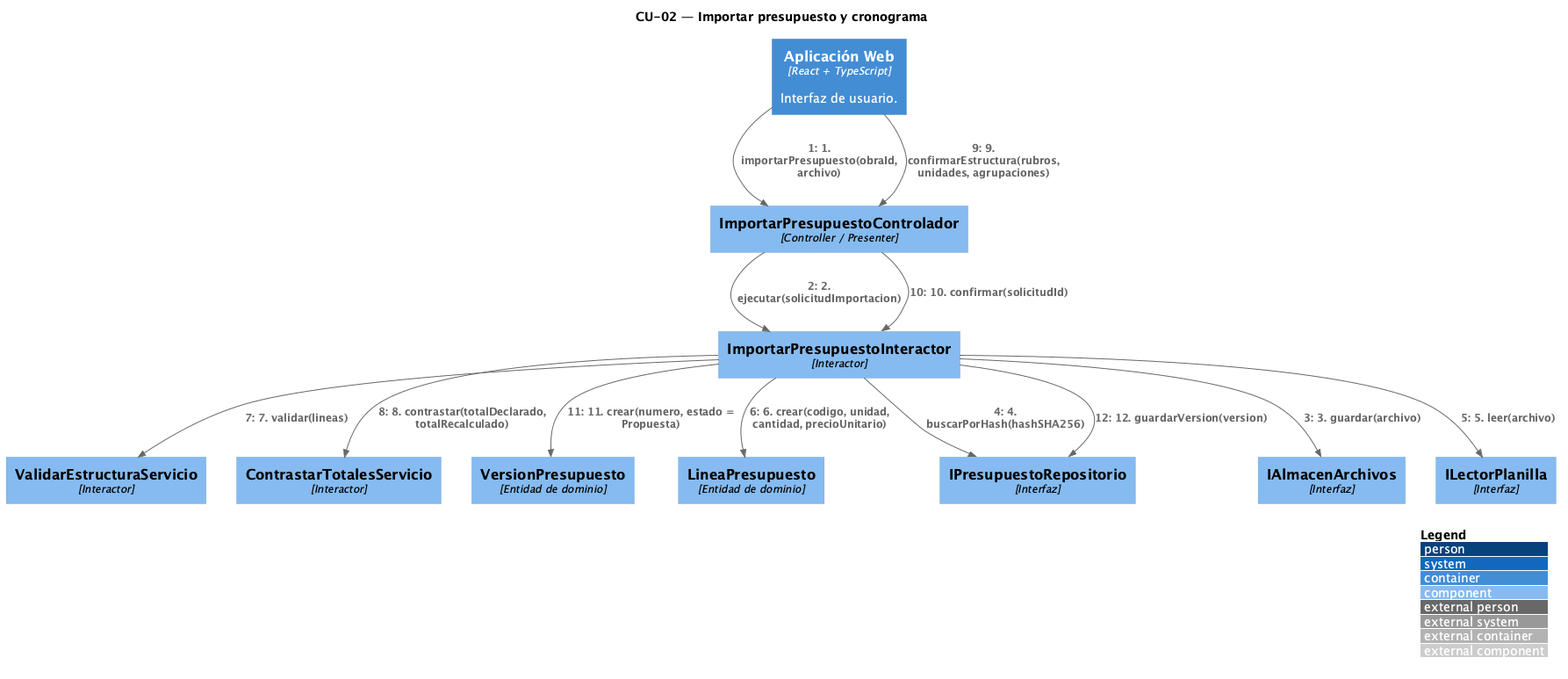
The PlantUML diagram modelo/out/c4/C4-CU02.png in Ssrrb/TPF-teoria, before a commit. Its diagram source:
```plantuml
@startuml
!include <C4/C4_Dynamic>
LAYOUT_WITH_LEGEND()
title CU-02 — Importar presupuesto y cronograma

Container(web, "Aplicación Web", "React + TypeScript", "Interfaz de usuario.")
Component(ImportarPresupuestoControlador, "ImportarPresupuestoControlador", "Controller / Presenter")
Component(ImportarPresupuestoInteractor, "ImportarPresupuestoInteractor", "Interactor")
Component(ValidarEstructuraServicio, "ValidarEstructuraServicio", "Interactor")
Component(ContrastarTotalesServicio, "ContrastarTotalesServicio", "Interactor")
Component(VersionPresupuesto, "VersionPresupuesto", "Entidad de dominio")
Component(LineaPresupuesto, "LineaPresupuesto", "Entidad de dominio")
Component(IPresupuestoRepositorio, "IPresupuestoRepositorio", "Interfaz")
Component(IAlmacenArchivos, "IAlmacenArchivos", "Interfaz")
Component(ILectorPlanilla, "ILectorPlanilla", "Interfaz")

Rel(web, ImportarPresupuestoControlador, "1. importarPresupuesto(obraId, archivo)")
Rel(ImportarPresupuestoControlador, ImportarPresupuestoInteractor, "2. ejecutar(solicitudImportacion)")
Rel(ImportarPresupuestoInteractor, IAlmacenArchivos, "3. guardar(archivo)")
Rel(ImportarPresupuestoInteractor, IPresupuestoRepositorio, "4. buscarPorHash(hashSHA256)")
Rel(ImportarPresupuestoInteractor, ILectorPlanilla, "5. leer(archivo)")
Rel(ImportarPresupuestoInteractor, LineaPresupuesto, "6. crear(codigo, unidad, cantidad, precioUnitario)")
Rel(ImportarPresupuestoInteractor, ValidarEstructuraServicio, "7. validar(lineas)")
Rel(ImportarPresupuestoInteractor, ContrastarTotalesServicio, "8. contrastar(totalDeclarado, totalRecalculado)")
Rel(web, ImportarPresupuestoControlador, "9. confirmarEstructura(rubros, unidades, agrupaciones)")
Rel(ImportarPresupuestoControlador, ImportarPresupuestoInteractor, "10. confirmar(solicitudId)")
Rel(ImportarPresupuestoInteractor, VersionPresupuesto, "11. crear(numero, estado = Propuesta)")
Rel(ImportarPresupuestoInteractor, IPresupuestoRepositorio, "12. guardarVersion(version)")
@enduml
```
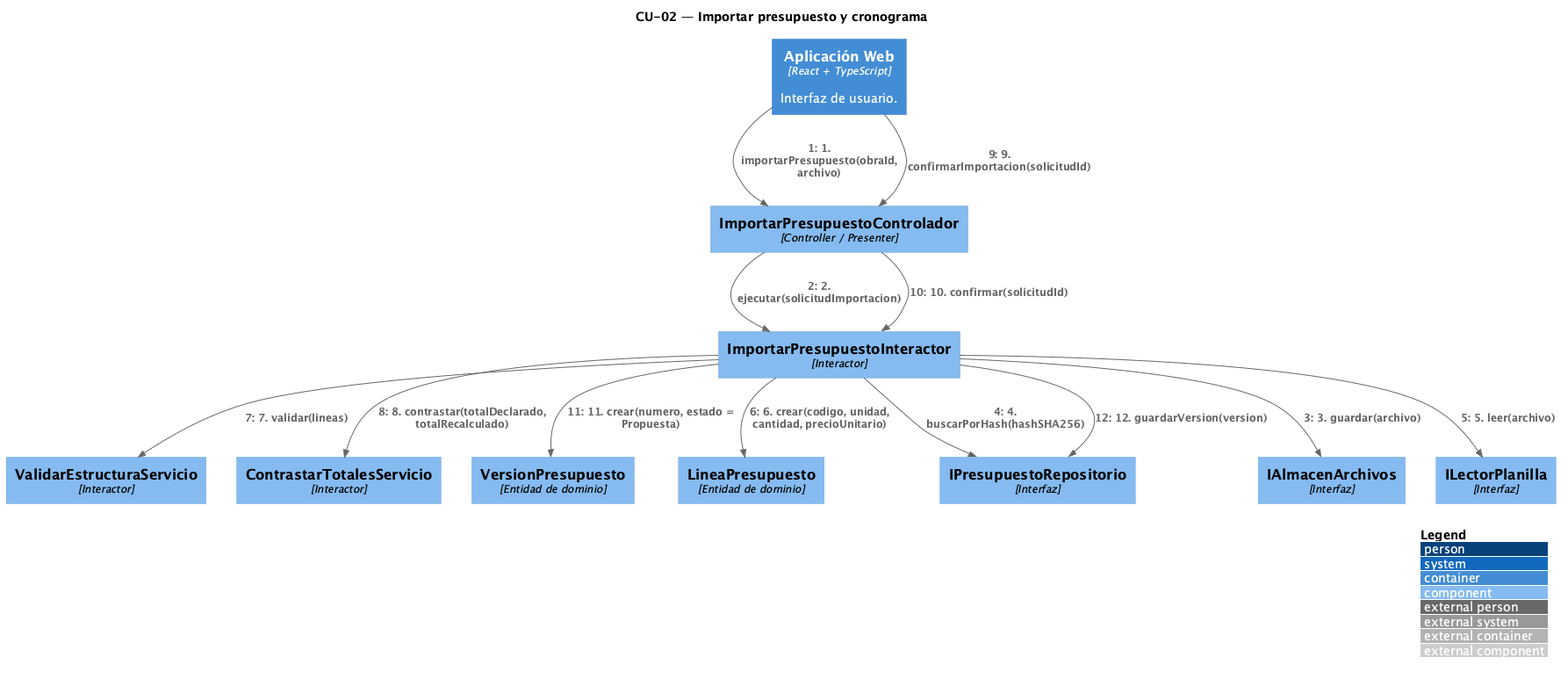
Above is the later version.

What changed in the source:
```diff
@@ -22,7 +22,7 @@
 Rel(ImportarPresupuestoInteractor, LineaPresupuesto, "6. crear(codigo, unidad, cantidad, precioUnitario)")
 Rel(ImportarPresupuestoInteractor, ValidarEstructuraServicio, "7. validar(lineas)")
 Rel(ImportarPresupuestoInteractor, ContrastarTotalesServicio, "8. contrastar(totalDeclarado, totalRecalculado)")
-Rel(web, ImportarPresupuestoControlador, "9. confirmarEstructura(rubros, unidades, agrupaciones)")
+Rel(web, ImportarPresupuestoControlador, "9. confirmarImportacion(solicitudId)")
 Rel(ImportarPresupuestoControlador, ImportarPresupuestoInteractor, "10. confirmar(solicitudId)")
 Rel(ImportarPresupuestoInteractor, VersionPresupuesto, "11. crear(numero, estado = Propuesta)")
 Rel(ImportarPresupuestoInteractor, IPresupuestoRepositorio, "12. guardarVersion(version)")
```
